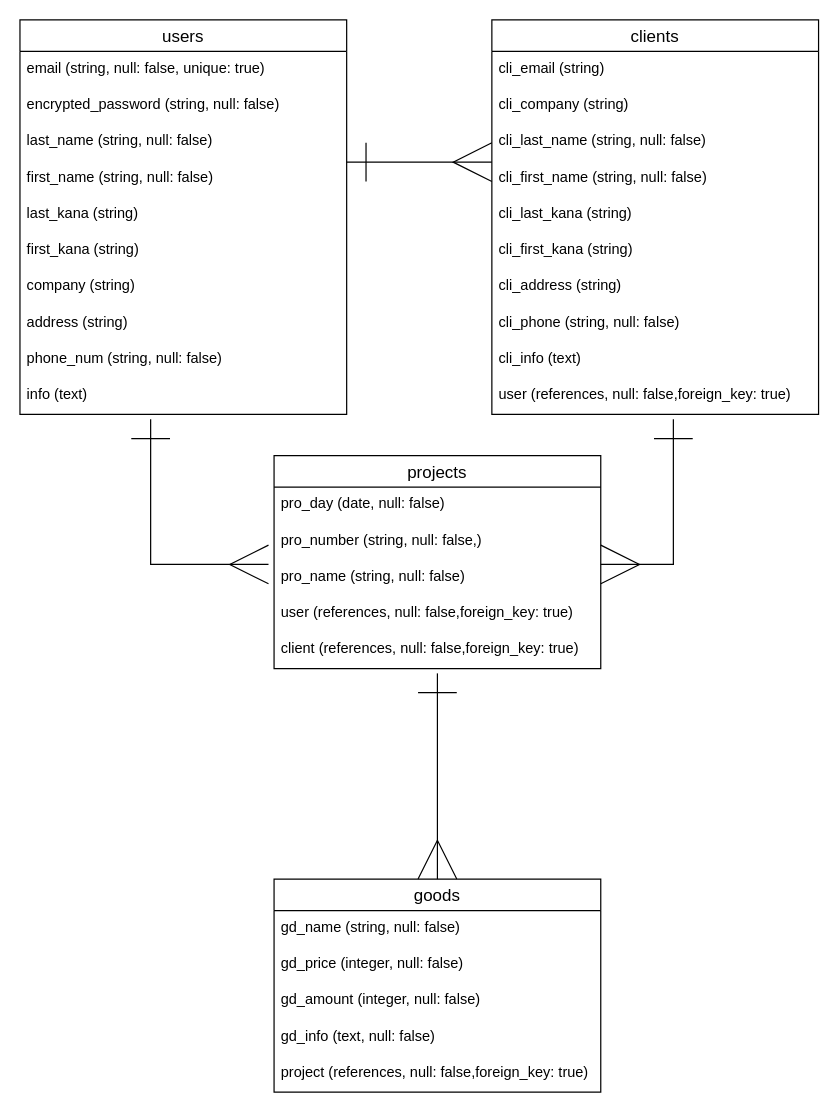
Before: ER.dio in Harada-Yudai/mitsumorimasu, a draw.io diagram. Source tidied: cells renumbered, new cells numbered last; positions are measured from the earlier drawing's top-left corner, leaving out a move shared by most shapes. Both pictures are drawn from the tidied source at 121%, with x=0, y=0 at pixel (19, 19).
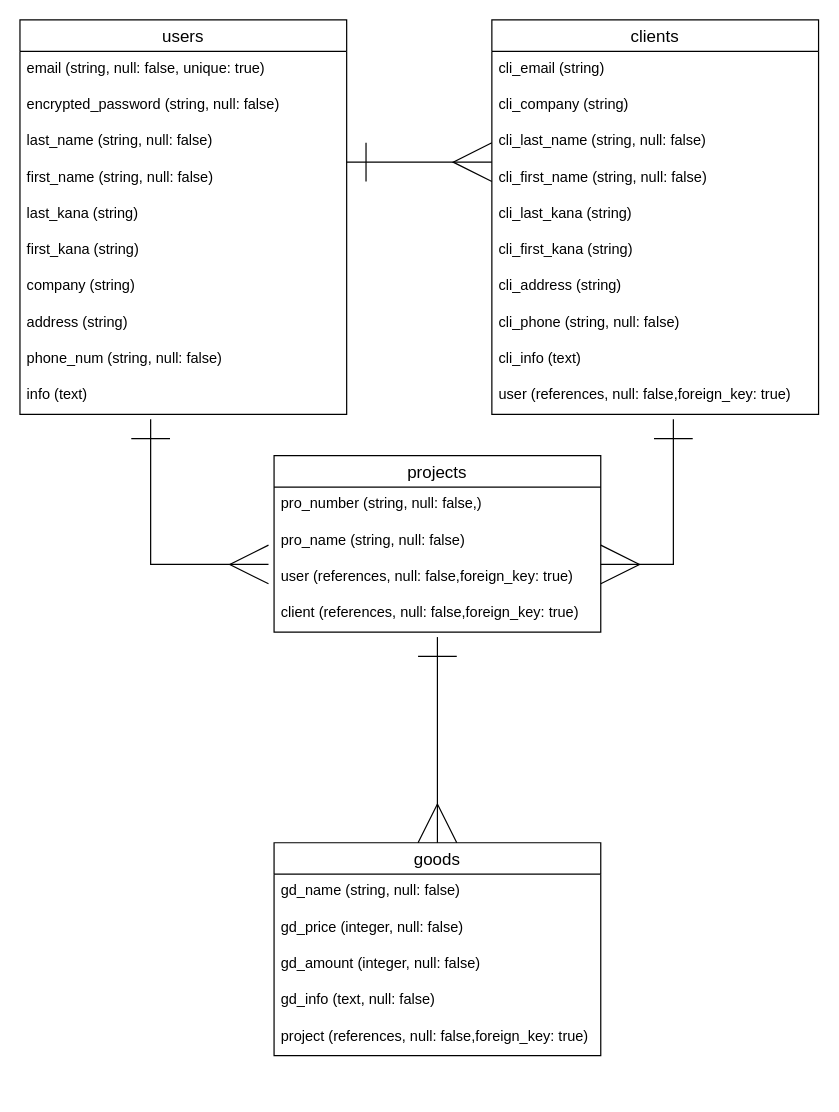
The same diagram, later.

The edit, as a diff of the source:
```diff
@@
     <mxCell id="25" value="projects" style="swimlane;fontStyle=0;horizontal=1;startSize=26;align=center;fontSize=14;" parent="1" vertex="1">
-      <mxGeometry x="210" y="360" width="270" height="176" as="geometry" />
+      <mxGeometry x="210" y="360" width="270" height="146" as="geometry" />
     </mxCell>
-    <mxCell id="26" value="pro_day (date, null: false)" style="text;strokeColor=none;fillColor=none;spacingLeft=4;spacingRight=4;overflow=hidden;fontSize=12;" parent="25" vertex="1">
-      <mxGeometry y="26" width="270" height="30" as="geometry" />
-    </mxCell>
     <mxCell id="27" value="pro_number (string, null: false,)" style="text;strokeColor=none;fillColor=none;spacingLeft=4;spacingRight=4;overflow=hidden;fontSize=12;" parent="25" vertex="1">
-      <mxGeometry y="56" width="270" height="30" as="geometry" />
+      <mxGeometry y="26" width="270" height="30" as="geometry" />
     </mxCell>
     <mxCell id="28" value="pro_name (string, null: false)" style="text;strokeColor=none;fillColor=none;spacingLeft=4;spacingRight=4;overflow=hidden;fontSize=12;" parent="25" vertex="1">
-      <mxGeometry y="86" width="270" height="30" as="geometry" />
+      <mxGeometry y="56" width="270" height="30" as="geometry" />
     </mxCell>
     <mxCell id="29" value="user (references, null: false,foreign_key: true)" style="text;strokeColor=none;fillColor=none;spacingLeft=4;spacingRight=4;overflow=hidden;fontSize=12;" parent="25" vertex="1">
-      <mxGeometry y="116" width="270" height="30" as="geometry" />
+      <mxGeometry y="86" width="270" height="30" as="geometry" />
     </mxCell>
     <mxCell id="30" value="client (references, null: false,foreign_key: true)" style="text;strokeColor=none;fillColor=none;spacingLeft=4;spacingRight=4;overflow=hidden;fontSize=12;" parent="25" vertex="1">
-      <mxGeometry y="146" width="270" height="30" as="geometry" />
+      <mxGeometry y="116" width="270" height="30" as="geometry" />
     </mxCell>
@@
     <mxCell id="33" value="goods" style="swimlane;fontStyle=0;horizontal=1;startSize=26;align=center;fontSize=14;" parent="1" vertex="1">
-      <mxGeometry x="210" y="710" width="270" height="176" as="geometry" />
+      <mxGeometry x="210" y="680" width="270" height="176" as="geometry" />
     </mxCell>
@@
     <mxCell id="39" style="endArrow=ERmany;html=1;rounded=0;endFill=0;startSize=30;startArrow=ERone;startFill=0;endSize=30;entryX=0.5;entryY=0;entryDx=0;entryDy=0;" parent="1" edge="1" target="33">
       <mxGeometry relative="1" as="geometry">
-        <mxPoint x="345" y="540" as="sourcePoint" />
+        <mxPoint x="345" y="510" as="sourcePoint" />
       </mxGeometry>
     </mxCell>
```
